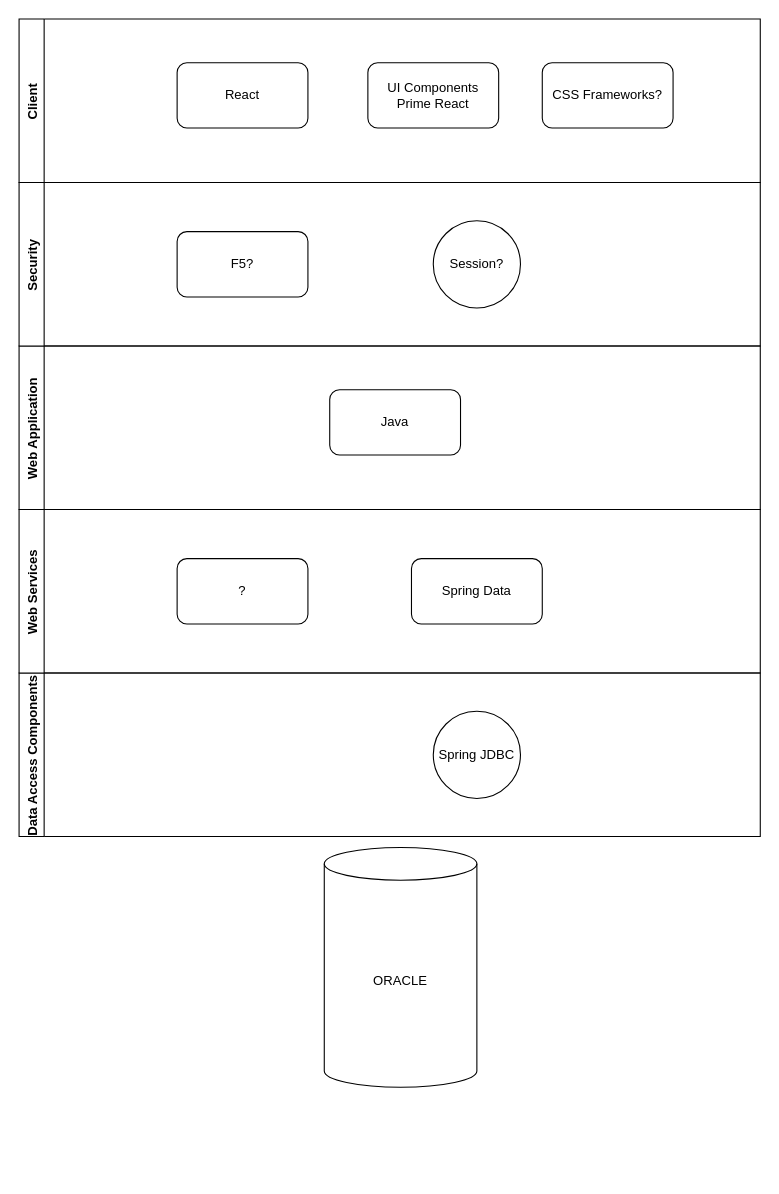
The draw.io diagram page "Proposed" (3 of 4) of Tech Stack Options.drawio in ntimkovich/UAB-II-Diagrams, before the edit. Source tidied: cells renumbered, new cells numbered last; positions are measured from the earlier drawing's top-left corner, leaving out a move shared by most shapes. Both pictures are drawn from the tidied source at 109%, with x=0, y=0 at pixel (19, 19).
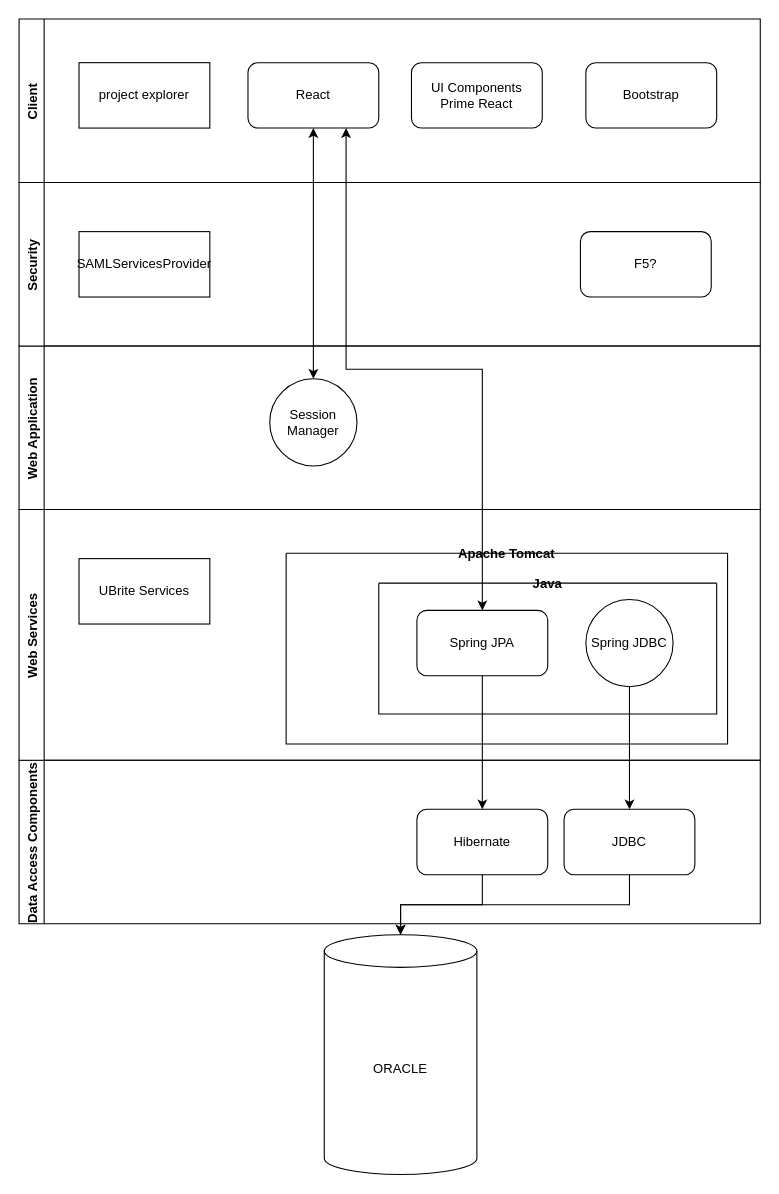
The same page after the edit.

The edit, as a diff of the source:
```diff
@@
-    <mxCell id="0" />
-    <mxCell id="1" parent="0" />
+    <mxCell id="17" />
+    <mxCell id="18" parent="17" />
-    <mxCell id="2" value="ORACLE" style="shape=cylinder3;whiteSpace=wrap;html=1;boundedLbl=1;backgroundOutline=1;size=15;" parent="1" vertex="1">
-      <mxGeometry x="280" y="760" width="140" height="220" as="geometry" />
+    <mxCell id="2" value="ORACLE" style="shape=cylinder3;whiteSpace=wrap;html=1;boundedLbl=1;backgroundOutline=1;size=15;" parent="18" vertex="1">
+      <mxGeometry x="280" y="840" width="140" height="220" as="geometry" />
     </mxCell>
-    <mxCell id="3" value="Data Access Components" style="swimlane;horizontal=0;" parent="1" vertex="1">
-      <mxGeometry y="600" width="680" height="150" as="geometry" />
+    <mxCell id="3" value="Data Access Components" style="swimlane;horizontal=0;" parent="18" vertex="1">
+      <mxGeometry y="680" width="680" height="150" as="geometry" />
     </mxCell>
-    <mxCell id="4" value="Spring JDBC" style="ellipse;whiteSpace=wrap;html=1;" parent="3" vertex="1">
-      <mxGeometry x="380" y="35" width="80" height="80" as="geometry" />
-    </mxCell>
+    <mxCell id="19" value="Hibernate" style="rounded=1;whiteSpace=wrap;html=1;" parent="3" vertex="1">
+      <mxGeometry x="365" y="45" width="120" height="60" as="geometry" />
+    </mxCell>
+    <mxCell id="20" value="JDBC" style="rounded=1;whiteSpace=wrap;html=1;" parent="3" vertex="1">
+      <mxGeometry x="500" y="45" width="120" height="60" as="geometry" />
+    </mxCell>
-    <mxCell id="5" value="Web Application" style="swimlane;horizontal=0;" parent="1" vertex="1">
+    <mxCell id="5" value="Web Application" style="swimlane;horizontal=0;" parent="18" vertex="1">
       <mxGeometry y="300" width="680" height="150" as="geometry" />
     </mxCell>
-    <mxCell id="6" value="Java" style="rounded=1;whiteSpace=wrap;html=1;" parent="5" vertex="1">
-      <mxGeometry x="285" y="40" width="120" height="60" as="geometry" />
-    </mxCell>
+    <mxCell id="21" value="Session&lt;br&gt;Manager" style="ellipse;whiteSpace=wrap;html=1;" parent="5" vertex="1">
+      <mxGeometry x="230" y="30" width="80" height="80" as="geometry" />
+    </mxCell>
-    <mxCell id="7" value="Client" style="swimlane;horizontal=0;startSize=23;" parent="1" vertex="1">
+    <mxCell id="7" value="Client" style="swimlane;horizontal=0;startSize=23;" parent="18" vertex="1">
       <mxGeometry width="680" height="150" as="geometry" />
     </mxCell>
     <mxCell id="8" value="React" style="rounded=1;whiteSpace=wrap;html=1;" parent="7" vertex="1">
-      <mxGeometry x="145" y="40" width="120" height="60" as="geometry" />
+      <mxGeometry x="210" y="40" width="120" height="60" as="geometry" />
     </mxCell>
-    <mxCell id="9" value="CSS Frameworks?" style="rounded=1;whiteSpace=wrap;html=1;" parent="7" vertex="1">
-      <mxGeometry x="480" y="40" width="120" height="60" as="geometry" />
-    </mxCell>
+    <mxCell id="22" value="Bootstrap" style="rounded=1;whiteSpace=wrap;html=1;" parent="7" vertex="1">
+      <mxGeometry x="520" y="40" width="120" height="60" as="geometry" />
+    </mxCell>
     <mxCell id="10" value="UI Components&lt;br&gt;Prime React" style="rounded=1;whiteSpace=wrap;html=1;" parent="7" vertex="1">
-      <mxGeometry x="320" y="40" width="120" height="60" as="geometry" />
+      <mxGeometry x="360" y="40" width="120" height="60" as="geometry" />
     </mxCell>
+    <mxCell id="23" value="project explorer" style="rounded=0;whiteSpace=wrap;html=1;" parent="7" vertex="1">
+      <mxGeometry x="55" y="40" width="120" height="60" as="geometry" />
+    </mxCell>
-    <mxCell id="11" value="Security" style="swimlane;horizontal=0;" parent="1" vertex="1">
+    <mxCell id="11" value="Security" style="swimlane;horizontal=0;" parent="18" vertex="1">
       <mxGeometry y="150" width="680" height="150" as="geometry" />
     </mxCell>
     <mxCell id="12" value="F5?" style="rounded=1;whiteSpace=wrap;html=1;" parent="11" vertex="1">
-      <mxGeometry x="145" y="45" width="120" height="60" as="geometry" />
+      <mxGeometry x="515" y="45" width="120" height="60" as="geometry" />
     </mxCell>
-    <mxCell id="13" value="Session?" style="ellipse;whiteSpace=wrap;html=1;" parent="11" vertex="1">
-      <mxGeometry x="380" y="35" width="80" height="80" as="geometry" />
-    </mxCell>
+    <mxCell id="24" value="SAMLServicesProvider" style="rounded=0;whiteSpace=wrap;html=1;" parent="11" vertex="1">
+      <mxGeometry x="55" y="45" width="120" height="60" as="geometry" />
+    </mxCell>
-    <mxCell id="14" value="Web Services" style="swimlane;horizontal=0;" parent="1" vertex="1">
-      <mxGeometry y="450" width="680" height="150" as="geometry" />
+    <mxCell id="14" value="Web Services" style="swimlane;horizontal=0;" parent="18" vertex="1">
+      <mxGeometry y="450" width="680" height="230" as="geometry" />
     </mxCell>
-    <mxCell id="15" value="?" style="rounded=1;whiteSpace=wrap;html=1;" parent="14" vertex="1">
-      <mxGeometry x="145" y="45" width="120" height="60" as="geometry" />
-    </mxCell>
-    <mxCell id="16" value="Spring Data" style="rounded=1;whiteSpace=wrap;html=1;" parent="14" vertex="1">
-      <mxGeometry x="360" y="45" width="120" height="60" as="geometry" />
-    </mxCell>
+    <mxCell id="25" value="UBrite Services" style="rounded=0;whiteSpace=wrap;html=1;" parent="14" vertex="1">
+      <mxGeometry x="55" y="45" width="120" height="60" as="geometry" />
+    </mxCell>
+    <mxCell id="26" value="Apache Tomcat" style="swimlane;startSize=0;" parent="14" vertex="1">
+      <mxGeometry x="245" y="40" width="405" height="175" as="geometry" />
+    </mxCell>
+    <mxCell id="6" value="Java" style="swimlane;startSize=0;" parent="26" vertex="1">
+      <mxGeometry x="85" y="27.5" width="310" height="120" as="geometry" />
+    </mxCell>
+    <mxCell id="27" value="Spring JPA" style="rounded=1;whiteSpace=wrap;html=1;" parent="6" vertex="1">
+      <mxGeometry x="35" y="25" width="120" height="60" as="geometry" />
+    </mxCell>
+    <mxCell id="4" value="Spring JDBC" style="ellipse;whiteSpace=wrap;html=1;" parent="6" vertex="1">
+      <mxGeometry x="190" y="15" width="80" height="80" as="geometry" />
+    </mxCell>
+    <mxCell id="28" style="edgeStyle=orthogonalEdgeStyle;rounded=0;jettySize=auto;html=1;" parent="18" edge="1" source="27" target="19">
+      <mxGeometry relative="1" as="geometry" />
+    </mxCell>
+    <mxCell id="29" style="edgeStyle=orthogonalEdgeStyle;rounded=0;jettySize=auto;html=1;" parent="18" edge="1" source="4" target="20">
+      <mxGeometry relative="1" as="geometry" />
+    </mxCell>
+    <mxCell id="30" style="edgeStyle=orthogonalEdgeStyle;rounded=0;jettySize=auto;html=1;" parent="18" edge="1" source="19" target="2">
+      <mxGeometry relative="1" as="geometry" />
+    </mxCell>
+    <mxCell id="31" style="edgeStyle=orthogonalEdgeStyle;rounded=0;jettySize=auto;html=1;exitX=0.5;exitY=1;exitDx=0;exitDy=0;entryX=0.5;entryY=0;entryDx=0;entryDy=0;entryPerimeter=0;" parent="18" edge="1" source="20" target="2">
+      <mxGeometry relative="1" as="geometry" />
+    </mxCell>
+    <mxCell id="32" style="edgeStyle=orthogonalEdgeStyle;rounded=0;jettySize=auto;html=1;exitX=0.5;exitY=1;exitDx=0;exitDy=0;entryX=0.5;entryY=0;entryDx=0;entryDy=0;startArrow=classic;startFill=1;" parent="18" edge="1" source="8" target="21">
+      <mxGeometry relative="1" as="geometry" />
+    </mxCell>
+    <mxCell id="33" style="edgeStyle=orthogonalEdgeStyle;rounded=0;jettySize=auto;html=1;exitX=0.75;exitY=1;exitDx=0;exitDy=0;entryX=0.5;entryY=0;entryDx=0;entryDy=0;startArrow=classic;startFill=1;" parent="18" edge="1" source="8" target="27">
+      <mxGeometry relative="1" as="geometry" />
+    </mxCell>
```
